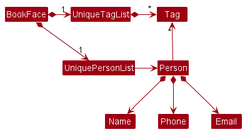
This is docs/images/BetterModelClassDiagram.png from nus-cs2103-AY2223S1/tp, a PlantUML export, as it was before one commit.
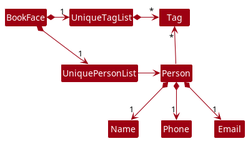
Later version of the same file.

Commit message:
Update diagrams for Model and Logic

The edit, as a diff of the source:
```diff
@@ -14,7 +14,7 @@
 
 Person -up-> "*" Tag
 
-Person *--> Name
-Person *--> Phone
-Person *--> Email
+Person *--> "1" Name
+Person *--> "1" Phone
+Person *--> "1" Email
 @enduml
```
